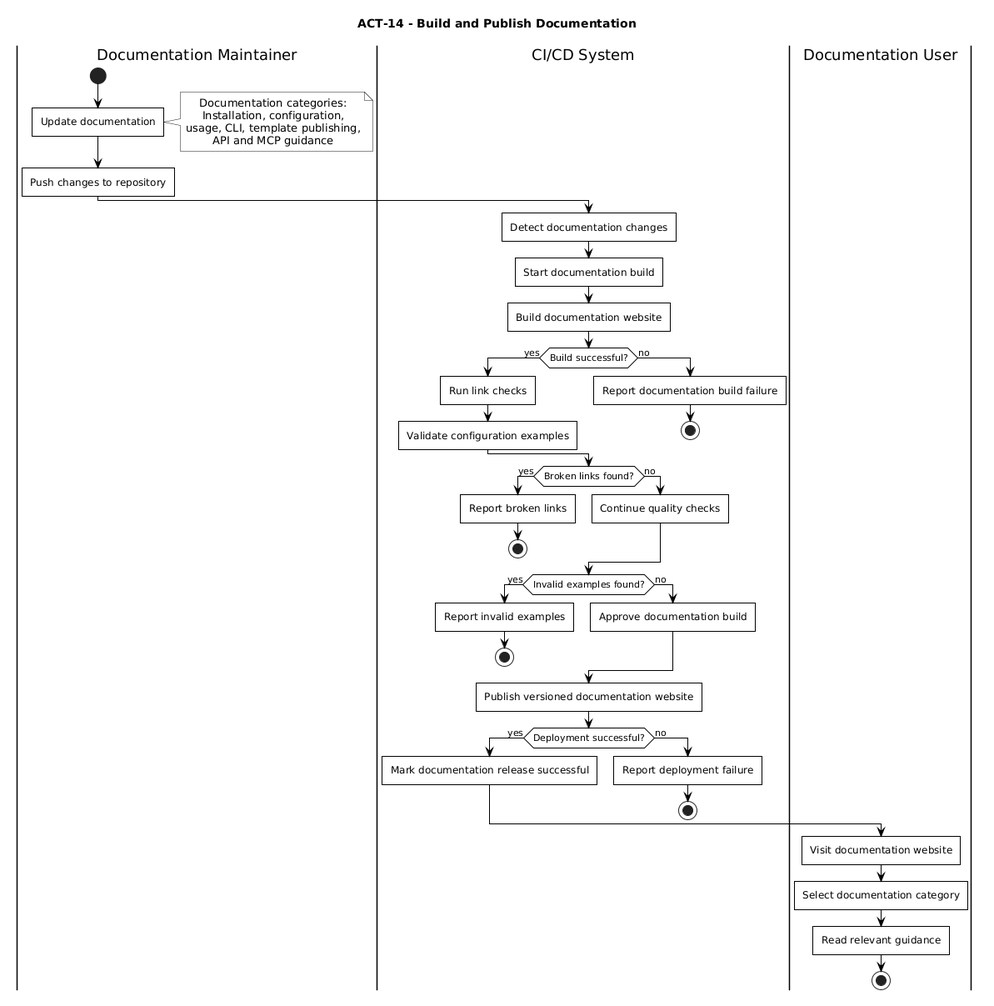
Before: Figures/activity/14-documentation.png, a diagram exported from PlantUML (Litho-MD/uet-fyp-docs).
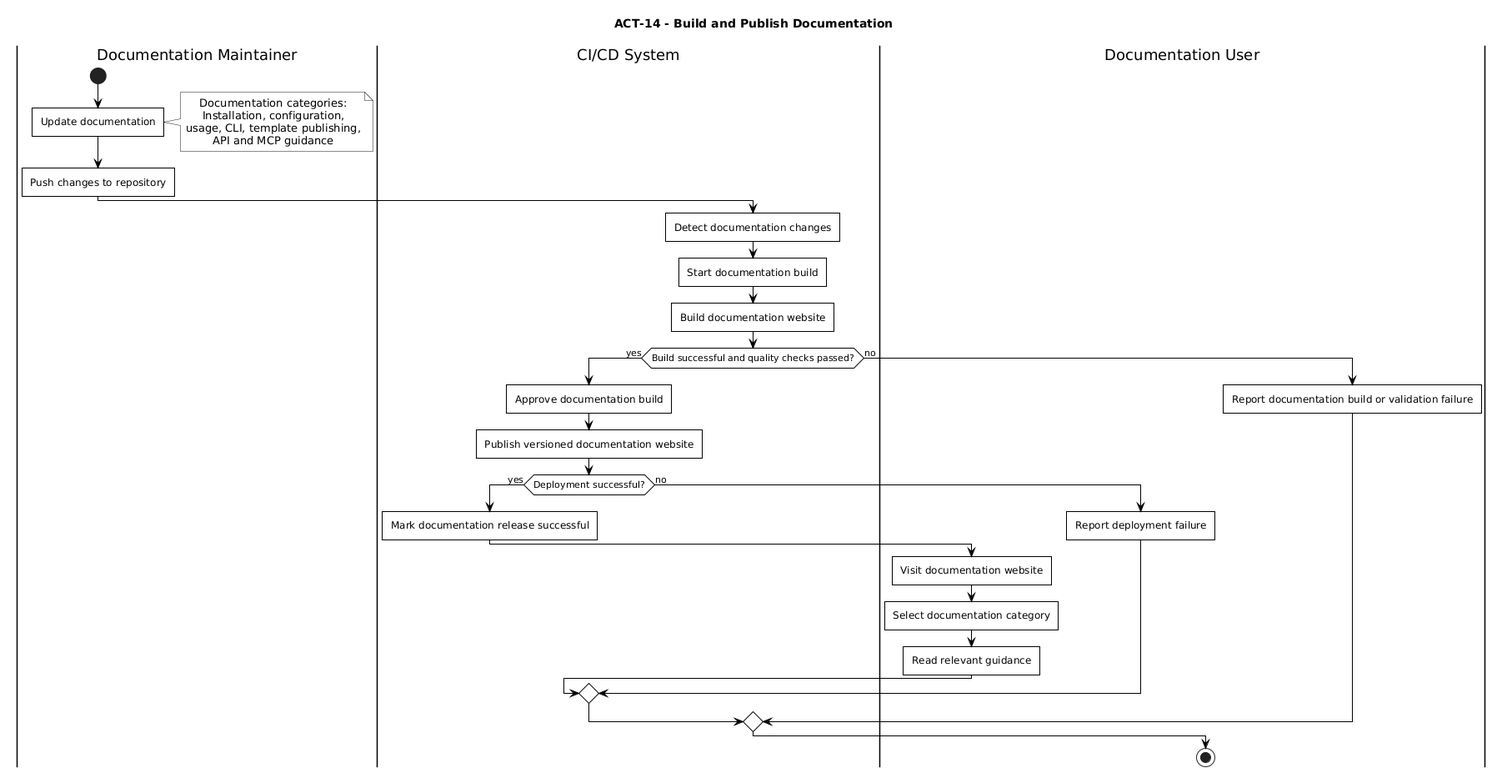
The same diagram one commit later.

Diff of the diagram source:
```diff
@@ -32,39 +32,21 @@
 :Detect documentation changes;
 :Start documentation build;
 :Build documentation website;
-if (Build successful?) then (yes)
-    :Run link checks;
-    :Validate configuration examples;
+if (Build successful and quality checks passed?) then (yes)
+    :Approve documentation build;
+    :Publish versioned documentation website;
+    if (Deployment successful?) then (yes)
+        :Mark documentation release successful;
+        |Documentation User|
+        :Visit documentation website;
+        :Select documentation category;
+        :Read relevant guidance;
+    else (no)
+        :Report deployment failure;
+    endif
 else (no)
-    :Report documentation build failure;
-    stop
+    :Report documentation build or validation failure;
 endif
 
-if (Broken links found?) then (yes)
-    :Report broken links;
-    stop
-else (no)
-    :Continue quality checks;
-endif
-
-if (Invalid examples found?) then (yes)
-    :Report invalid examples;
-    stop
-else (no)
-    :Approve documentation build;
-endif
-
-:Publish versioned documentation website;
-if (Deployment successful?) then (yes)
-    :Mark documentation release successful;
-else (no)
-    :Report deployment failure;
-    stop
-endif
-
-|Documentation User|
-:Visit documentation website;
-:Select documentation category;
-:Read relevant guidance;
 stop
 @enduml
```
